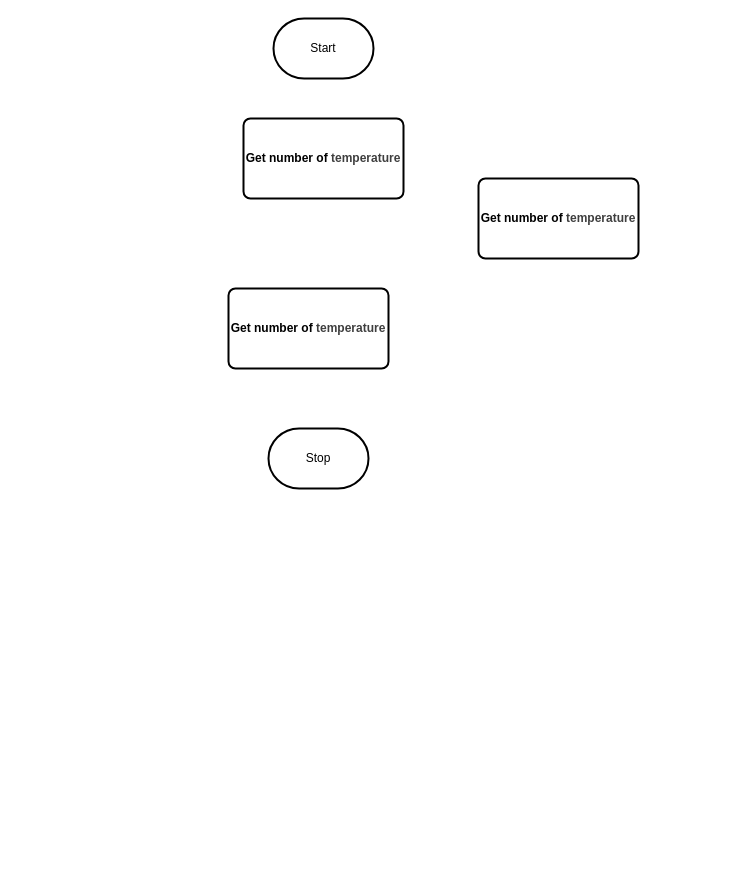
Earlier version of the draw.io diagram design/flowchart.drawio (MTHS-ICD2O-1-2024/ICD2O-Unit-6-03-Kyle-Mathew-Magnaye8). Source tidied: cells renumbered, new cells numbered last; positions are measured from the earlier drawing's top-left corner, leaving out a move shared by most shapes. Both pictures are drawn from the tidied source at 100%, with x=0, y=0 at pixel (228, 18).
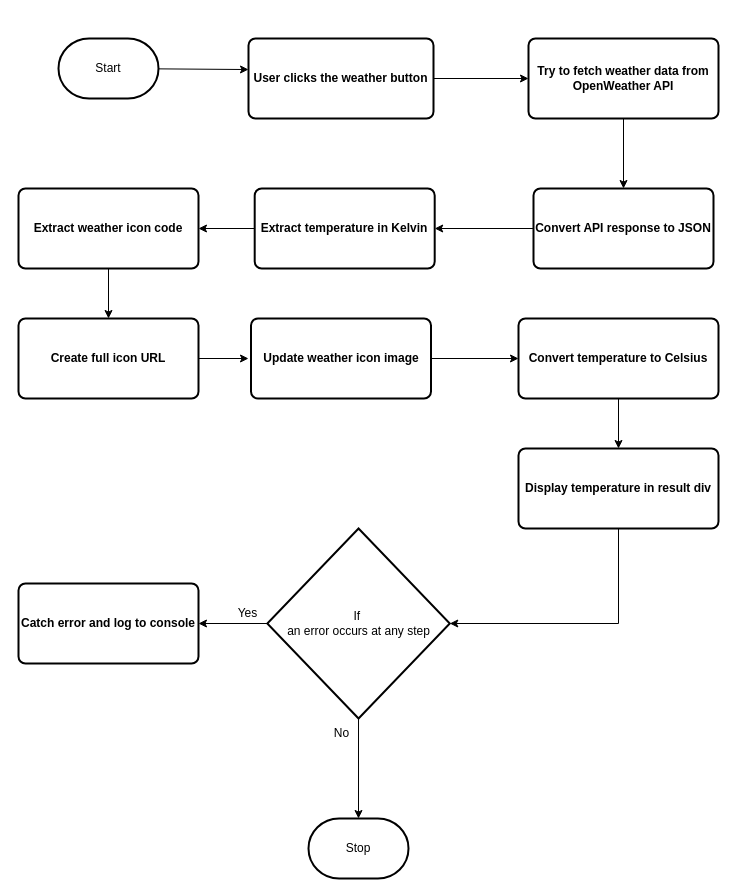
The same diagram, later.

What changed in the source:
```diff
@@
     <mxCell id="2" value="Start" style="strokeWidth=2;html=1;shape=mxgraph.flowchart.terminator;whiteSpace=wrap;" parent="1" vertex="1">
-      <mxGeometry x="45" width="100" height="60" as="geometry" />
+      <mxGeometry x="-170" y="20" width="100" height="60" as="geometry" />
     </mxCell>
     <mxCell id="3" value="Stop" style="strokeWidth=2;html=1;shape=mxgraph.flowchart.terminator;whiteSpace=wrap;" parent="1" vertex="1">
-      <mxGeometry x="40" y="410" width="100" height="60" as="geometry" />
+      <mxGeometry x="80" y="800" width="100" height="60" as="geometry" />
     </mxCell>
+    <mxCell id="7" style="edgeStyle=none;html=1;entryX=0;entryY=0.5;entryDx=0;entryDy=0;" parent="1" edge="1" source="4" target="5">
+      <mxGeometry relative="1" as="geometry" />
+    </mxCell>
-    <mxCell id="4" value="&lt;b&gt;Get number of&amp;nbsp;&lt;span style=&quot;color: rgb(63, 63, 63); background-color: transparent;&quot;&gt;temperature&lt;/span&gt;&lt;/b&gt;" style="rounded=1;whiteSpace=wrap;html=1;absoluteArcSize=1;arcSize=14;strokeWidth=2;" parent="1" vertex="1">
-      <mxGeometry x="15" y="100" width="160" height="80" as="geometry" />
+    <mxCell id="4" value="&lt;b&gt;User clicks the weather button&lt;/b&gt;" style="rounded=1;whiteSpace=wrap;html=1;absoluteArcSize=1;arcSize=14;strokeWidth=2;" parent="1" vertex="1">
+      <mxGeometry x="20" y="20" width="185" height="80" as="geometry" />
     </mxCell>
+    <mxCell id="8" style="edgeStyle=none;html=1;entryX=0.5;entryY=0;entryDx=0;entryDy=0;" parent="1" edge="1" source="5" target="6">
+      <mxGeometry relative="1" as="geometry" />
+    </mxCell>
-    <mxCell id="5" value="&lt;b&gt;Get number of&amp;nbsp;&lt;span style=&quot;color: rgb(63, 63, 63); background-color: transparent;&quot;&gt;temperature&lt;/span&gt;&lt;/b&gt;" style="rounded=1;whiteSpace=wrap;html=1;absoluteArcSize=1;arcSize=14;strokeWidth=2;" parent="1" vertex="1">
-      <mxGeometry x="250" y="160" width="160" height="80" as="geometry" />
+    <mxCell id="5" value="&lt;b&gt;Try to fetch weather data from OpenWeather API&lt;/b&gt;" style="rounded=1;whiteSpace=wrap;html=1;absoluteArcSize=1;arcSize=14;strokeWidth=2;" parent="1" vertex="1">
+      <mxGeometry x="300" y="20" width="190" height="80" as="geometry" />
     </mxCell>
+    <mxCell id="9" style="edgeStyle=none;html=1;entryX=1;entryY=0.5;entryDx=0;entryDy=0;" parent="1" edge="1" source="6" target="14">
+      <mxGeometry relative="1" as="geometry" />
+    </mxCell>
-    <mxCell id="6" value="&lt;b&gt;Get number of&amp;nbsp;&lt;span style=&quot;color: rgb(63, 63, 63); background-color: transparent;&quot;&gt;temperature&lt;/span&gt;&lt;/b&gt;" style="rounded=1;whiteSpace=wrap;html=1;absoluteArcSize=1;arcSize=14;strokeWidth=2;" parent="1" vertex="1">
-      <mxGeometry y="270" width="160" height="80" as="geometry" />
+    <mxCell id="6" value="&lt;b&gt;Convert API response to JSON&lt;/b&gt;" style="rounded=1;whiteSpace=wrap;html=1;absoluteArcSize=1;arcSize=14;strokeWidth=2;" parent="1" vertex="1">
+      <mxGeometry x="305" y="170" width="180" height="80" as="geometry" />
     </mxCell>
+    <mxCell id="10" style="edgeStyle=none;html=1;" parent="1" edge="1" source="11" target="12">
+      <mxGeometry relative="1" as="geometry" />
+    </mxCell>
+    <mxCell id="11" value="If&amp;nbsp;&lt;div&gt;an error occurs at any step&lt;/div&gt;" style="strokeWidth=2;html=1;shape=mxgraph.flowchart.decision;whiteSpace=wrap;" parent="1" vertex="1">
+      <mxGeometry x="38.8" y="510" width="182.5" height="190" as="geometry" />
+    </mxCell>
+    <mxCell id="12" value="&lt;b&gt;Catch error and log to console&lt;/b&gt;" style="rounded=1;whiteSpace=wrap;html=1;absoluteArcSize=1;arcSize=14;strokeWidth=2;" parent="1" vertex="1">
+      <mxGeometry x="-210" y="565" width="180" height="80" as="geometry" />
+    </mxCell>
+    <mxCell id="13" style="edgeStyle=none;html=1;entryX=1;entryY=0.5;entryDx=0;entryDy=0;" parent="1" edge="1" source="14" target="16">
+      <mxGeometry relative="1" as="geometry" />
+    </mxCell>
+    <mxCell id="14" value="&lt;b&gt;Extract temperature in Kelvin&lt;/b&gt;" style="rounded=1;whiteSpace=wrap;html=1;absoluteArcSize=1;arcSize=14;strokeWidth=2;" parent="1" vertex="1">
+      <mxGeometry x="26.2" y="170" width="180" height="80" as="geometry" />
+    </mxCell>
+    <mxCell id="15" style="edgeStyle=none;html=1;entryX=0.5;entryY=0;entryDx=0;entryDy=0;" parent="1" edge="1" source="16" target="19">
+      <mxGeometry relative="1" as="geometry" />
+    </mxCell>
+    <mxCell id="16" value="&lt;b&gt;Extract weather icon code&lt;/b&gt;" style="rounded=1;whiteSpace=wrap;html=1;absoluteArcSize=1;arcSize=14;strokeWidth=2;" parent="1" vertex="1">
+      <mxGeometry x="-210" y="170" width="180" height="80" as="geometry" />
+    </mxCell>
+    <mxCell id="17" style="edgeStyle=none;html=1;entryX=0;entryY=0.388;entryDx=0;entryDy=0;entryPerimeter=0;" parent="1" edge="1" source="2" target="4">
+      <mxGeometry relative="1" as="geometry" />
+    </mxCell>
+    <mxCell id="18" style="edgeStyle=none;html=1;" parent="1" edge="1" source="19">
+      <mxGeometry relative="1" as="geometry">
+        <mxPoint x="20" y="340" as="targetPoint" />
+      </mxGeometry>
+    </mxCell>
+    <mxCell id="19" value="&lt;b&gt;Create full icon URL&lt;/b&gt;" style="rounded=1;whiteSpace=wrap;html=1;absoluteArcSize=1;arcSize=14;strokeWidth=2;" parent="1" vertex="1">
+      <mxGeometry x="-210" y="300" width="180" height="80" as="geometry" />
+    </mxCell>
+    <mxCell id="20" style="edgeStyle=none;html=1;entryX=0;entryY=0.5;entryDx=0;entryDy=0;" parent="1" edge="1" source="21" target="23">
+      <mxGeometry relative="1" as="geometry" />
+    </mxCell>
+    <mxCell id="21" value="&lt;b&gt;Update weather icon image&lt;/b&gt;" style="rounded=1;whiteSpace=wrap;html=1;absoluteArcSize=1;arcSize=14;strokeWidth=2;" parent="1" vertex="1">
+      <mxGeometry x="22.5" y="300" width="180" height="80" as="geometry" />
+    </mxCell>
+    <mxCell id="22" style="edgeStyle=none;html=1;entryX=0.5;entryY=0;entryDx=0;entryDy=0;" parent="1" edge="1" source="23" target="24">
+      <mxGeometry relative="1" as="geometry" />
+    </mxCell>
+    <mxCell id="23" value="&lt;b&gt;Convert temperature to Celsius&lt;/b&gt;" style="rounded=1;whiteSpace=wrap;html=1;absoluteArcSize=1;arcSize=14;strokeWidth=2;" parent="1" vertex="1">
+      <mxGeometry x="290" y="300" width="200" height="80" as="geometry" />
+    </mxCell>
+    <mxCell id="24" value="&lt;b&gt;Display temperature in result div&lt;/b&gt;" style="rounded=1;whiteSpace=wrap;html=1;absoluteArcSize=1;arcSize=14;strokeWidth=2;" parent="1" vertex="1">
+      <mxGeometry x="290" y="430" width="200" height="80" as="geometry" />
+    </mxCell>
+    <mxCell id="25" style="edgeStyle=orthogonalEdgeStyle;html=1;entryX=1;entryY=0.5;entryDx=0;entryDy=0;entryPerimeter=0;rounded=0;curved=0;" parent="1" edge="1" source="24" target="11">
+      <mxGeometry relative="1" as="geometry">
+        <Array as="points">
+          <mxPoint x="390" y="605" />
+        </Array>
+      </mxGeometry>
+    </mxCell>
+    <mxCell id="26" style="edgeStyle=none;html=1;entryX=0.5;entryY=0;entryDx=0;entryDy=0;entryPerimeter=0;" parent="1" edge="1" source="11" target="3">
+      <mxGeometry relative="1" as="geometry" />
+    </mxCell>
+    <mxCell id="27" value="No" style="text;html=1;align=center;verticalAlign=middle;strokeColor=none;fillColor=none;" parent="1" vertex="1">
+      <mxGeometry x="92.5" y="700" width="40" height="30" as="geometry" />
+    </mxCell>
+    <mxCell id="28" value="Yes" style="text;html=1;align=center;verticalAlign=middle;strokeColor=none;fillColor=none;" parent="1" vertex="1">
+      <mxGeometry x="-1.2" y="580" width="40" height="30" as="geometry" />
+    </mxCell>
```
